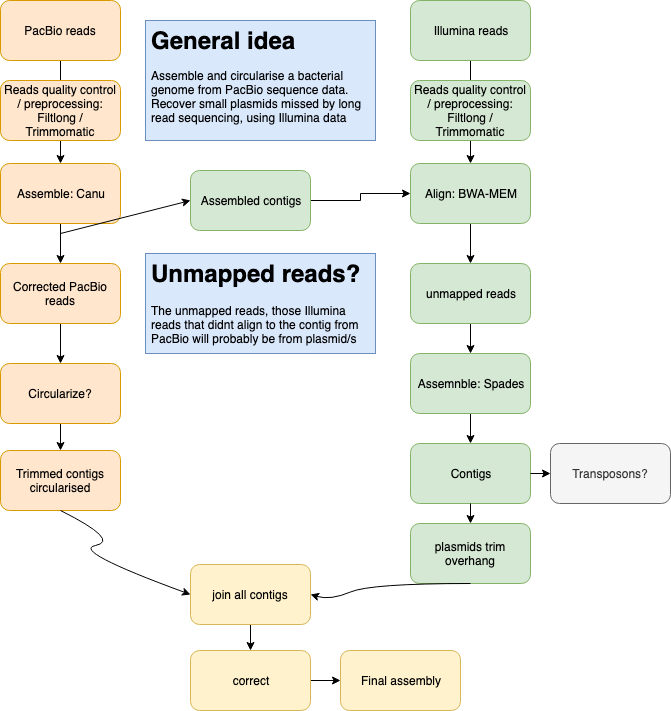
Above: images_github/assembly.png in nrclaudio/Genome-Analysis-2019 (draw.io), before the change. Source tidied: cells renumbered, new cells last; positions are measured from the earlier drawing's top-left corner, leaving out a move shared by most shapes. Source of this version:
```xml
<mxGraphModel>
  <root>
    <mxCell id="0" />
    <mxCell id="1" parent="0" />
    <mxCell id="2" style="edgeStyle=orthogonalEdgeStyle;rounded=0;jettySize=auto;html=1;" parent="1" edge="1" source="3" target="5">
      <mxGeometry relative="1" as="geometry" />
    </mxCell>
    <mxCell id="3" value="PacBio reads" style="rounded=1;whiteSpace=wrap;html=1;fillColor=#ffe6cc;strokeColor=#d79b00;" parent="1" vertex="1">
      <mxGeometry width="120" height="60" as="geometry" />
    </mxCell>
    <mxCell id="4" style="edgeStyle=orthogonalEdgeStyle;rounded=0;jettySize=auto;html=1;" parent="1" edge="1" source="5" target="7">
      <mxGeometry relative="1" as="geometry" />
    </mxCell>
    <mxCell id="5" value="Assemble: Canu" style="rounded=1;whiteSpace=wrap;html=1;fillColor=#ffe6cc;strokeColor=#d79b00;" parent="1" vertex="1">
      <mxGeometry y="163" width="120" height="60" as="geometry" />
    </mxCell>
    <mxCell id="6" style="edgeStyle=orthogonalEdgeStyle;rounded=0;jettySize=auto;html=1;" parent="1" edge="1" source="7" target="25">
      <mxGeometry relative="1" as="geometry" />
    </mxCell>
    <mxCell id="7" value="Corrected PacBio reads" style="rounded=1;whiteSpace=wrap;html=1;fillColor=#ffe6cc;strokeColor=#d79b00;" parent="1" vertex="1">
      <mxGeometry y="263" width="120" height="60" as="geometry" />
    </mxCell>
    <mxCell id="8" style="edgeStyle=orthogonalEdgeStyle;rounded=0;jettySize=auto;html=1;exitX=1;exitY=0.5;exitDx=0;exitDy=0;entryX=0;entryY=0.5;entryDx=0;entryDy=0;" parent="1" edge="1" source="9" target="14">
      <mxGeometry relative="1" as="geometry" />
    </mxCell>
    <mxCell id="9" value="Assembled contigs" style="rounded=1;whiteSpace=wrap;html=1;fillColor=#d5e8d4;strokeColor=#82b366;" parent="1" vertex="1">
      <mxGeometry x="190" y="170" width="120" height="60" as="geometry" />
    </mxCell>
    <mxCell id="10" style="endArrow=classic;html=1;entryX=0;entryY=0.5;entryDx=0;entryDy=0;" parent="1" edge="1" target="9">
      <mxGeometry relative="1" as="geometry">
        <mxPoint x="60" y="233" as="sourcePoint" />
      </mxGeometry>
    </mxCell>
    <mxCell id="11" style="edgeStyle=orthogonalEdgeStyle;rounded=0;jettySize=auto;html=1;" parent="1" edge="1" target="14">
      <mxGeometry relative="1" as="geometry">
        <mxPoint x="470" y="60" as="sourcePoint" />
      </mxGeometry>
    </mxCell>
    <mxCell id="12" value="Illumina reads" style="rounded=1;whiteSpace=wrap;html=1;fillColor=#d5e8d4;strokeColor=#82b366;" parent="1" vertex="1">
      <mxGeometry x="410" width="120" height="60" as="geometry" />
    </mxCell>
    <mxCell id="13" style="edgeStyle=orthogonalEdgeStyle;rounded=0;jettySize=auto;html=1;" parent="1" edge="1" source="14" target="16">
      <mxGeometry relative="1" as="geometry" />
    </mxCell>
    <mxCell id="14" value="Align: BWA-MEM" style="rounded=1;whiteSpace=wrap;html=1;fillColor=#d5e8d4;strokeColor=#82b366;" parent="1" vertex="1">
      <mxGeometry x="410" y="163" width="120" height="60" as="geometry" />
    </mxCell>
    <mxCell id="15" style="edgeStyle=orthogonalEdgeStyle;rounded=0;jettySize=auto;html=1;" parent="1" edge="1" source="16" target="18">
      <mxGeometry relative="1" as="geometry" />
    </mxCell>
    <mxCell id="16" value="unmapped reads" style="rounded=1;whiteSpace=wrap;html=1;fillColor=#d5e8d4;strokeColor=#82b366;" parent="1" vertex="1">
      <mxGeometry x="410" y="263" width="120" height="60" as="geometry" />
    </mxCell>
    <mxCell id="17" style="edgeStyle=orthogonalEdgeStyle;rounded=0;jettySize=auto;html=1;" parent="1" edge="1" source="18" target="19">
      <mxGeometry relative="1" as="geometry" />
    </mxCell>
    <mxCell id="18" value="Assemnble: Spades" style="rounded=1;whiteSpace=wrap;html=1;fillColor=#d5e8d4;strokeColor=#82b366;" parent="1" vertex="1">
      <mxGeometry x="410" y="353" width="120" height="60" as="geometry" />
    </mxCell>
    <mxCell id="19" value="Contigs" style="rounded=1;whiteSpace=wrap;html=1;fillColor=#d5e8d4;strokeColor=#82b366;" parent="1" vertex="1">
      <mxGeometry x="410" y="443" width="120" height="60" as="geometry" />
    </mxCell>
    <mxCell id="20" value="plasmids trim overhang" style="rounded=1;whiteSpace=wrap;html=1;fillColor=#d5e8d4;strokeColor=#82b366;" parent="1" vertex="1">
      <mxGeometry x="410" y="523" width="120" height="60" as="geometry" />
    </mxCell>
    <mxCell id="21" value="Transposons?" style="rounded=1;whiteSpace=wrap;html=1;fillColor=#f5f5f5;strokeColor=#666666;fontColor=#333333;" parent="1" vertex="1">
      <mxGeometry x="550" y="443" width="120" height="60" as="geometry" />
    </mxCell>
    <mxCell id="22" style="endArrow=classic;html=1;entryX=0.5;entryY=0;entryDx=0;entryDy=0;exitX=0.5;exitY=1;exitDx=0;exitDy=0;" parent="1" edge="1" source="19" target="20">
      <mxGeometry relative="1" as="geometry" />
    </mxCell>
    <mxCell id="23" style="endArrow=classic;html=1;entryX=0;entryY=0.5;entryDx=0;entryDy=0;exitX=1;exitY=0.5;exitDx=0;exitDy=0;" parent="1" edge="1" source="19" target="21">
      <mxGeometry relative="1" as="geometry" />
    </mxCell>
    <mxCell id="24" style="edgeStyle=orthogonalEdgeStyle;rounded=0;jettySize=auto;html=1;" parent="1" edge="1" source="25" target="29">
      <mxGeometry relative="1" as="geometry" />
    </mxCell>
    <mxCell id="25" value="Circularize?" style="rounded=1;whiteSpace=wrap;html=1;fillColor=#ffe6cc;strokeColor=#d79b00;" parent="1" vertex="1">
      <mxGeometry y="363" width="120" height="60" as="geometry" />
    </mxCell>
    <mxCell id="26" value="Reads quality control / preprocessing: Filtlong / Trimmomatic" style="rounded=1;whiteSpace=wrap;html=1;fillColor=#ffe6cc;strokeColor=#d79b00;" parent="1" vertex="1">
      <mxGeometry y="80" width="120" height="60" as="geometry" />
    </mxCell>
    <mxCell id="27" style="edgeStyle=orthogonalEdgeStyle;rounded=0;jettySize=auto;html=1;" parent="1" edge="1" source="28" target="36">
      <mxGeometry relative="1" as="geometry" />
    </mxCell>
    <mxCell id="28" value="join all contigs" style="rounded=1;whiteSpace=wrap;html=1;fillColor=#fff2cc;strokeColor=#d6b656;" parent="1" vertex="1">
      <mxGeometry x="190" y="564" width="120" height="60" as="geometry" />
    </mxCell>
    <mxCell id="29" value="Trimmed contigs circularised" style="rounded=1;whiteSpace=wrap;html=1;fillColor=#ffe6cc;strokeColor=#d79b00;" parent="1" vertex="1">
      <mxGeometry y="450" width="120" height="60" as="geometry" />
    </mxCell>
    <mxCell id="30" style="curved=1;endArrow=classic;html=1;entryX=0;entryY=0.5;entryDx=0;entryDy=0;exitX=0.5;exitY=1;exitDx=0;exitDy=0;" parent="1" edge="1" source="29" target="28">
      <mxGeometry relative="1" as="geometry">
        <Array as="points">
          <mxPoint x="120" y="540" />
          <mxPoint x="70" y="550" />
        </Array>
      </mxGeometry>
    </mxCell>
    <mxCell id="31" style="curved=1;endArrow=classic;html=1;entryX=1;entryY=0.5;entryDx=0;entryDy=0;exitX=0.5;exitY=1;exitDx=0;exitDy=0;" parent="1" edge="1" source="20" target="28">
      <mxGeometry relative="1" as="geometry">
        <Array as="points">
          <mxPoint x="370" y="583" />
          <mxPoint x="330" y="600" />
        </Array>
      </mxGeometry>
    </mxCell>
    <mxCell id="32" value="&lt;h1&gt;Unmapped reads?&lt;/h1&gt;&lt;div&gt;The unmapped reads, those Illumina reads that didnt align to the contig from PacBio will probably be from plasmid/s&lt;/div&gt;" style="text;html=1;strokeColor=#6c8ebf;fillColor=#dae8fc;spacing=5;spacingTop=-20;whiteSpace=wrap;overflow=hidden;rounded=0;" parent="1" vertex="1">
      <mxGeometry x="145" y="253" width="230" height="100" as="geometry" />
    </mxCell>
    <mxCell id="33" value="Reads quality control / preprocessing: Filtlong / Trimmomatic" style="rounded=1;whiteSpace=wrap;html=1;fillColor=#d5e8d4;strokeColor=#82b366;" parent="1" vertex="1">
      <mxGeometry x="410" y="80" width="120" height="60" as="geometry" />
    </mxCell>
    <mxCell id="34" value="&lt;h1&gt;&lt;/h1&gt;&lt;span&gt;&lt;span style=&quot;font-size: 24px&quot;&gt;&lt;b&gt;General idea&lt;br&gt;&lt;/b&gt;&lt;/span&gt;&lt;br&gt;Assemble and circularise a bacterial genome from PacBio sequence data.&lt;/span&gt;&lt;br&gt;&lt;span&gt;Recover small plasmids missed by long read sequencing, using Illumina data&lt;/span&gt;&lt;br&gt;" style="text;html=1;strokeColor=#6c8ebf;fillColor=#dae8fc;spacing=5;spacingTop=-20;whiteSpace=wrap;overflow=hidden;rounded=0;" parent="1" vertex="1">
      <mxGeometry x="145" y="20" width="230" height="120" as="geometry" />
    </mxCell>
    <mxCell id="35" style="edgeStyle=orthogonalEdgeStyle;rounded=0;jettySize=auto;html=1;" parent="1" edge="1" source="36" target="37">
      <mxGeometry relative="1" as="geometry" />
    </mxCell>
    <mxCell id="36" value="correct" style="rounded=1;whiteSpace=wrap;html=1;fillColor=#fff2cc;strokeColor=#d6b656;" parent="1" vertex="1">
      <mxGeometry x="190" y="650" width="120" height="60" as="geometry" />
    </mxCell>
    <mxCell id="37" value="Final assembly" style="rounded=1;whiteSpace=wrap;html=1;fillColor=#fff2cc;strokeColor=#d6b656;" parent="1" vertex="1">
      <mxGeometry x="340" y="650" width="120" height="60" as="geometry" />
    </mxCell>
  </root>
</mxGraphModel>
```
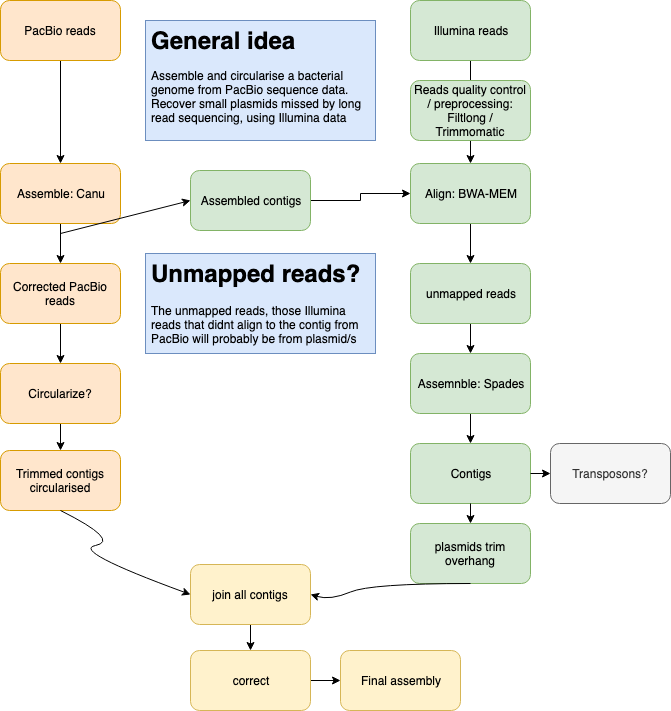
After the commit.

What changed in the source:
```diff
@@ -78,9 +78,6 @@
     <mxCell id="25" value="Circularize?" style="rounded=1;whiteSpace=wrap;html=1;fillColor=#ffe6cc;strokeColor=#d79b00;" parent="1" vertex="1">
       <mxGeometry y="363" width="120" height="60" as="geometry" />
     </mxCell>
-    <mxCell id="26" value="Reads quality control / preprocessing: Filtlong / Trimmomatic" style="rounded=1;whiteSpace=wrap;html=1;fillColor=#ffe6cc;strokeColor=#d79b00;" parent="1" vertex="1">
-      <mxGeometry y="80" width="120" height="60" as="geometry" />
-    </mxCell>
     <mxCell id="27" style="edgeStyle=orthogonalEdgeStyle;rounded=0;jettySize=auto;html=1;" parent="1" edge="1" source="28" target="36">
       <mxGeometry relative="1" as="geometry" />
     </mxCell>
```
